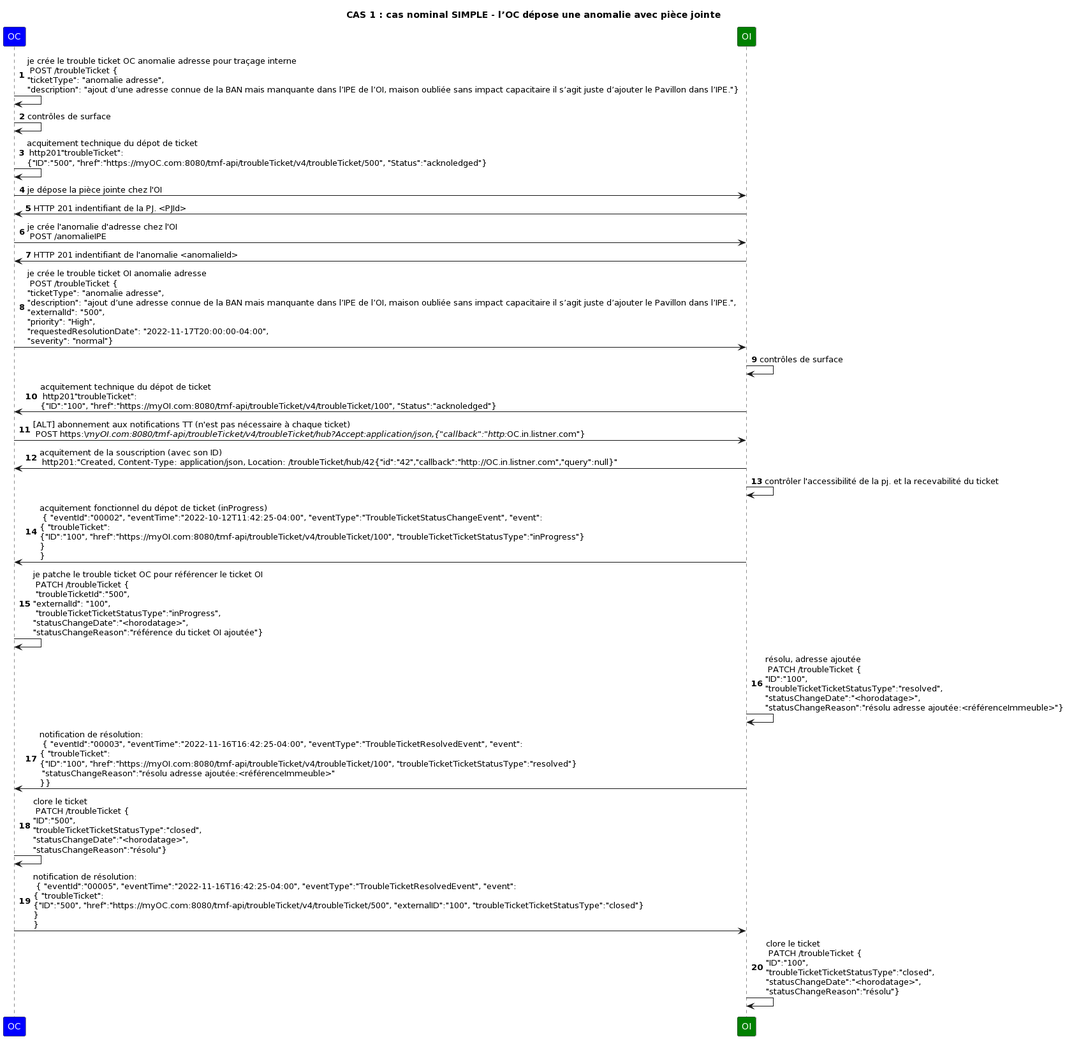
Earlier version of the PlantUML export UC1_nominal.png (before-interop/anomalieAdresse).
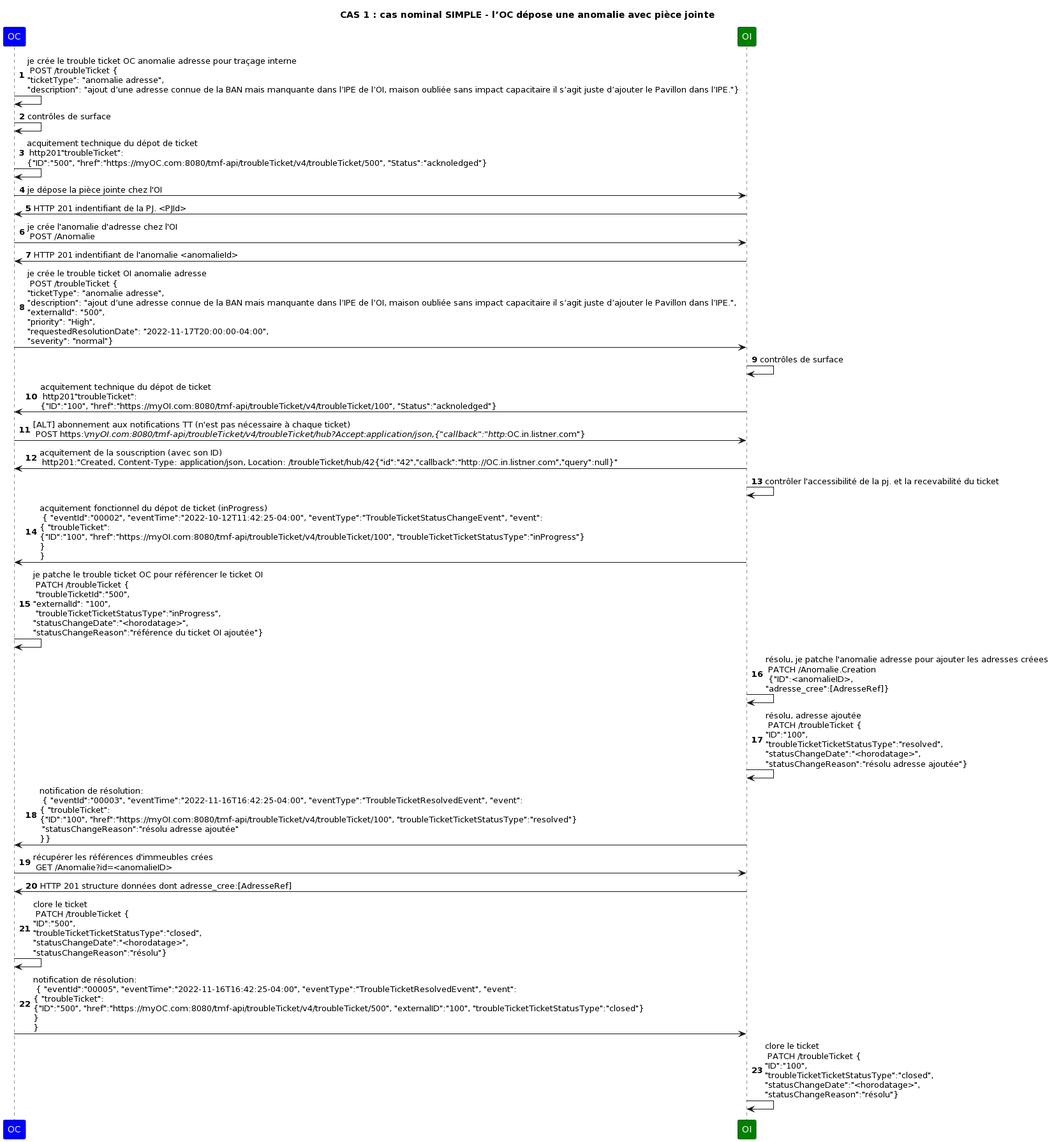
The same diagram one commit later.

Commit message:
ajouts des échange pour l'adresse créee

Diff of the diagram source:
```diff
@@ -15,7 +15,7 @@
 
 OC->OI: je dépose la pièce jointe chez l'OI
 OI->OC: HTTP 201 indentifiant de la PJ. <PJId>
-OC->OI: je crée l'anomalie d'adresse chez l'OI \n POST /anomalieIPE
+OC->OI: je crée l'anomalie d'adresse chez l'OI \n POST /Anomalie
 OI->OC: HTTP 201 indentifiant de l'anomalie <anomalieId>
 
 
@@ -37,10 +37,13 @@
 
 OC->OC: je patche le trouble ticket OC pour référencer le ticket OI \n PATCH /troubleTicket {\n "troubleTicketId":"500",\n"externalId": "100",\n "troubleTicketTicketStatusType":"inProgress",\n"statusChangeDate":"<horodatage>",\n"statusChangeReason":"référence du ticket OI ajoutée"}
 
-OI->OI: résolu, adresse ajoutée \n PATCH /troubleTicket {\n"ID":"100",\n"troubleTicketTicketStatusType":"resolved",\n"statusChangeDate":"<horodatage>",\n"statusChangeReason":"résolu adresse ajoutée:<référenceImmeuble>"}
+OI->OI:résolu, je patche l'anomalie adresse pour ajouter les adresses créees \n PATCH /Anomalie.Creation \n {"ID":<anomalieID>, \n"adresse_cree":[AdresseRef]}
+OI->OI: résolu, adresse ajoutée \n PATCH /troubleTicket {\n"ID":"100",\n"troubleTicketTicketStatusType":"resolved",\n"statusChangeDate":"<horodatage>",\n"statusChangeReason":"résolu adresse ajoutée"}
 
-OI->OC: notification de résolution: \n { "eventId":"00003", "eventTime":"2022-11-16T16:42:25-04:00", "eventType":"TroubleTicketResolvedEvent", "event": \n{ "troubleTicket": \n{"ID":"100", "href":"https://myOI.com:8080/tmf-api/troubleTicket/v4/troubleTicket/100", "troubleTicketTicketStatusType":"resolved"}\n "statusChangeReason":"résolu adresse ajoutée:<référenceImmeuble>"\n}}
+OI->OC: notification de résolution: \n { "eventId":"00003", "eventTime":"2022-11-16T16:42:25-04:00", "eventType":"TroubleTicketResolvedEvent", "event": \n{ "troubleTicket": \n{"ID":"100", "href":"https://myOI.com:8080/tmf-api/troubleTicket/v4/troubleTicket/100", "troubleTicketTicketStatusType":"resolved"}\n "statusChangeReason":"résolu adresse ajoutée"\n}}
 
+OC->OI: récupérer les références d'immeubles crées \n GET /Anomalie?id=<anomalieID>
+OI->OC: HTTP 201 structure données dont adresse_cree:[AdresseRef]
 
 OC->OC: clore le ticket \n PATCH /troubleTicket {\n"ID":"500",\n"troubleTicketTicketStatusType":"closed",\n"statusChangeDate":"<horodatage>",\n"statusChangeReason":"résolu"}
 
```
